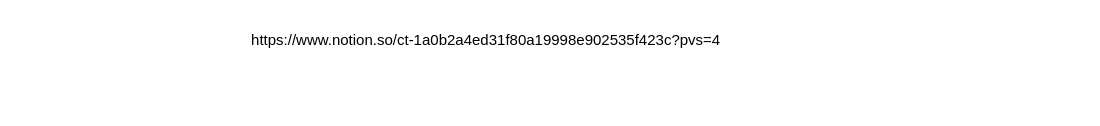
zalexdevon/house_price_regressor keeps this draw.io diagram as bai_lam.drawio. Above is the earlier version. Source tidied: cells renumbered, new cells numbered last; positions are measured from the earlier drawing's top-left corner, leaving out a move shared by most shapes. Both pictures are drawn from the tidied source at 125%, with x=0, y=0 at pixel (21, 21).
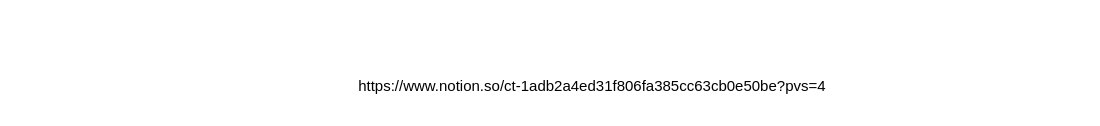
The same page after the edit.

Change to the diagram source:
```diff
@@
 <mxGraphModel>
   <root>
     <mxCell id="0" />
     <mxCell id="1" parent="0" />
-    <mxCell id="2" value="https://www.notion.so/ct-1a0b2a4ed31f80a19998e902535f423c?pvs=4" style="text;html=1;align=center;verticalAlign=middle;whiteSpace=wrap;rounded=0;" parent="1" vertex="1">
-      <mxGeometry width="743" height="30" as="geometry" />
-    </mxCell>
+    <mxCell id="3" value="https://www.notion.so/ct-1adb2a4ed31f806fa385cc63cb0e50be?pvs=4" style="text;html=1;align=center;verticalAlign=middle;whiteSpace=wrap;rounded=0;" parent="1" vertex="1">
+      <mxGeometry x="67" y="37" width="779" height="30" as="geometry" />
+    </mxCell>
   </root>
 </mxGraphModel>
```
